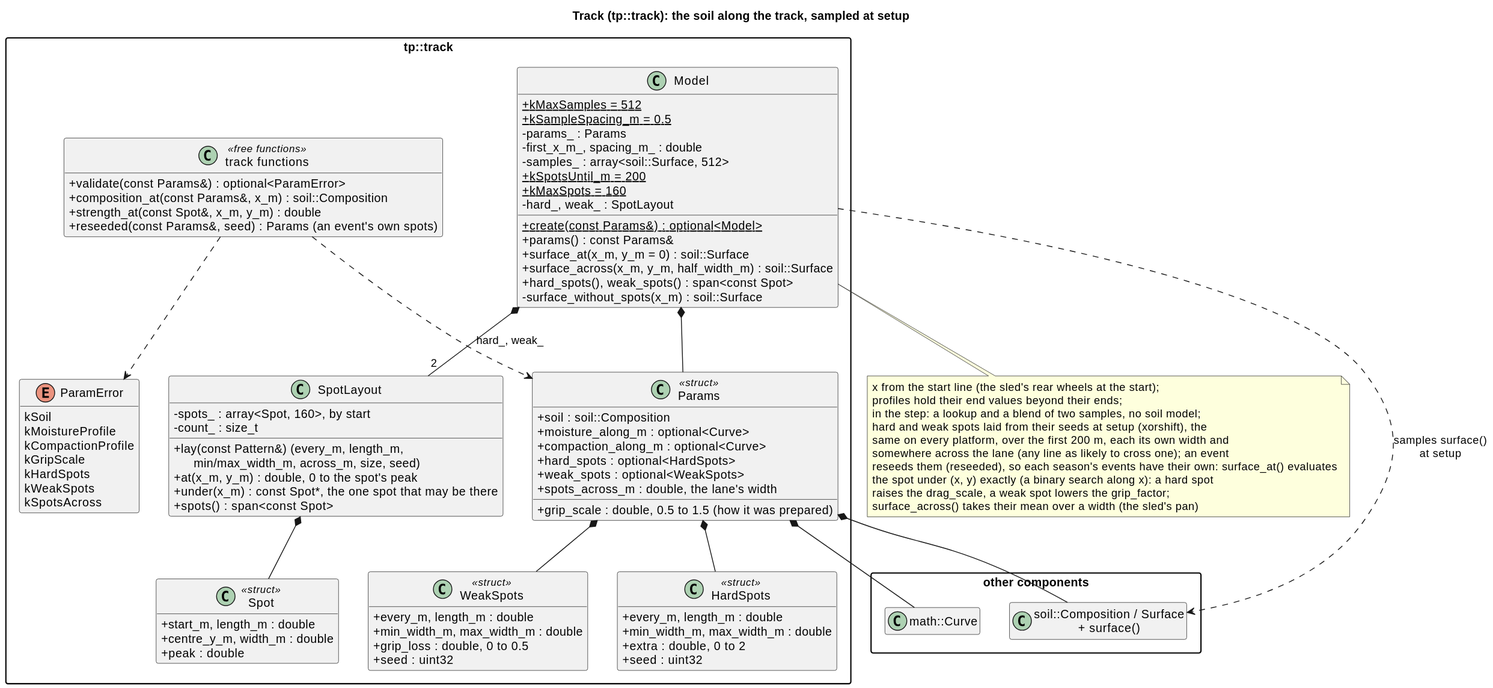
wversteeg/TractorPulling keeps this PlantUML diagram as docs/diagrams/svg/track_classes.svg. Above is the earlier version.
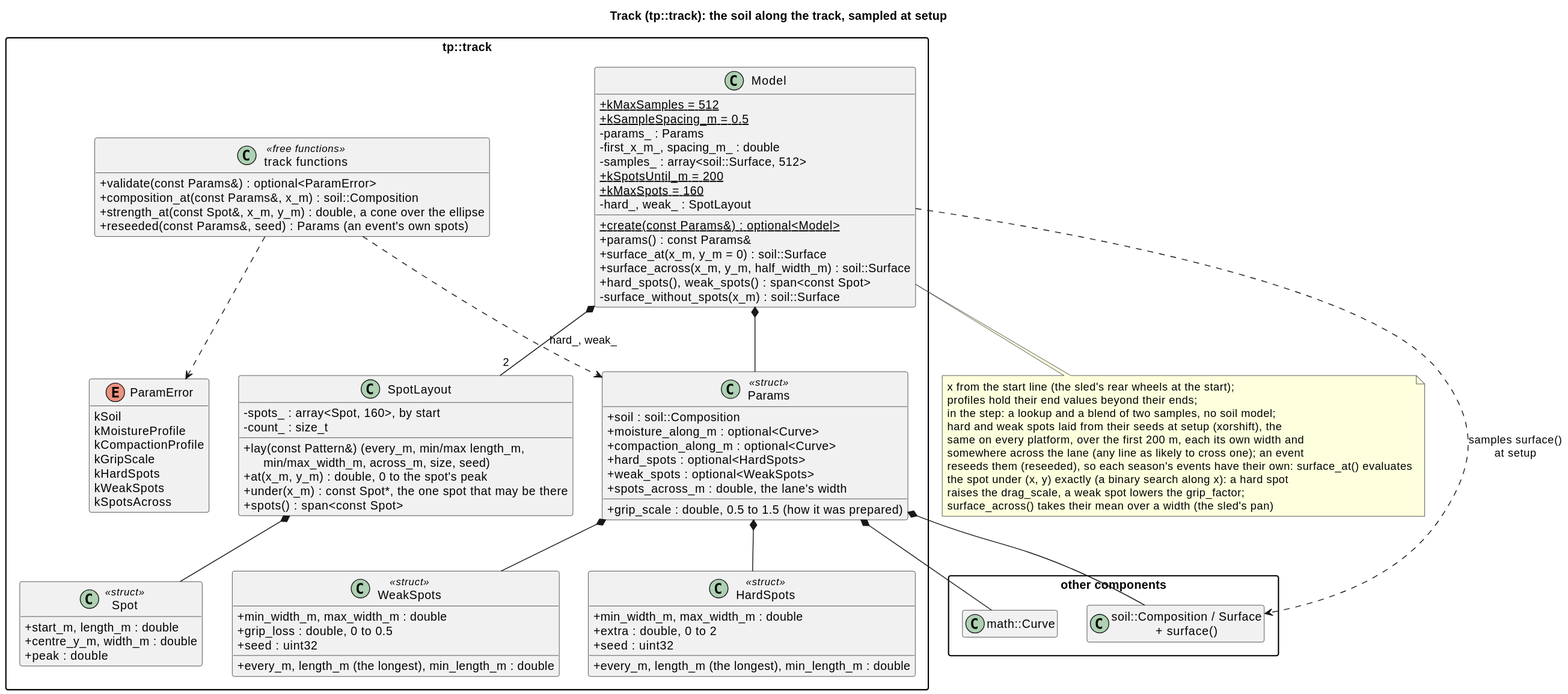
The same file after the commit.

The edit, as a diff of the source:
```diff
@@ -20,13 +20,13 @@
     +spots_across_m : double, the lane's width
   }
   class HardSpots <<struct>> {
-    +every_m, length_m : double
+    +every_m, length_m (the longest), min_length_m : double
     +min_width_m, max_width_m : double
     +extra : double, 0 to 2
     +seed : uint32
   }
   class WeakSpots <<struct>> {
-    +every_m, length_m : double
+    +every_m, length_m (the longest), min_length_m : double
     +min_width_m, max_width_m : double
     +grip_loss : double, 0 to 0.5
     +seed : uint32
@@ -39,7 +39,7 @@
   class SpotLayout {
     -spots_ : array<Spot, 160>, by start
     -count_ : size_t
-    +lay(const Pattern&) (every_m, length_m,\n      min/max_width_m, across_m, size, seed)
+    +lay(const Pattern&) (every_m, min/max length_m,\n      min/max_width_m, across_m, size, seed)
     +at(x_m, y_m) : double, 0 to the spot's peak
     +under(x_m) : const Spot*, the one spot that may be there
     +spots() : span<const Spot>
@@ -72,7 +72,7 @@
   class "track functions" as TrackFns <<free functions>> {
     +validate(const Params&) : optional<ParamError>
     +composition_at(const Params&, x_m) : soil::Composition
-    +strength_at(const Spot&, x_m, y_m) : double
+    +strength_at(const Spot&, x_m, y_m) : double, a cone over the ellipse
     +reseeded(const Params&, seed) : Params (an event's own spots)
   }
   Model *-- Params
```
